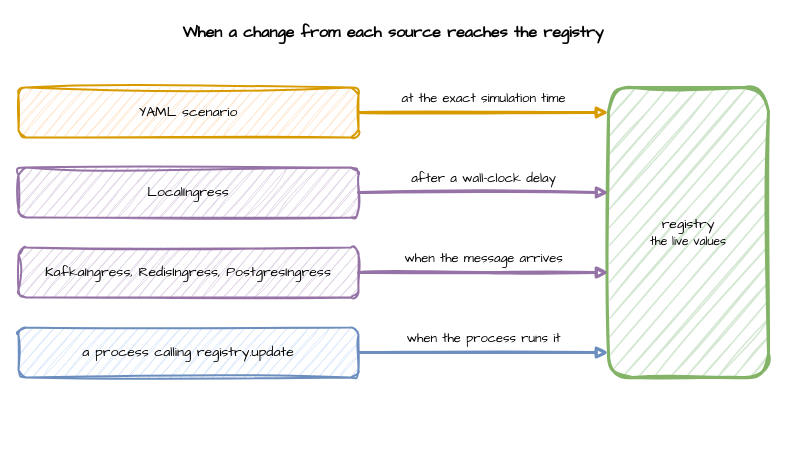
Above: docs/assets/diagrams/change-sources.drawio in jaehyeon-kim/desflow (draw.io), before the change. Source tidied: cells renumbered, new cells numbered last; positions are measured from the earlier drawing's top-left corner, leaving out a move shared by most shapes. Both pictures are drawn from the tidied source at 100%, with x=0, y=0 at pixel (18, 17).
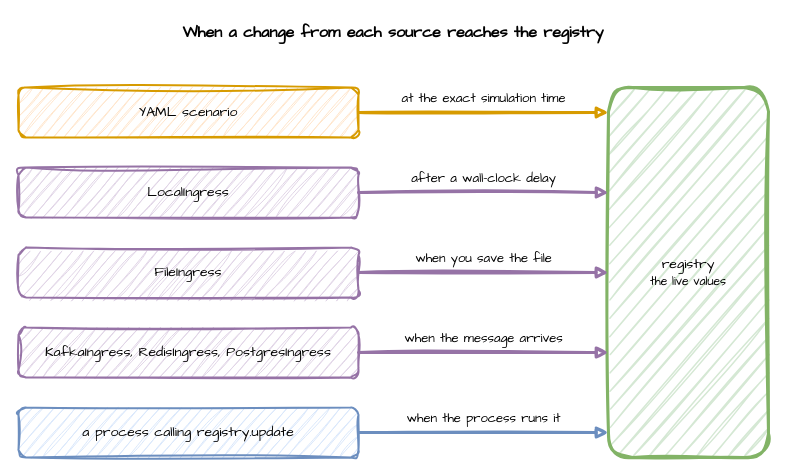
The same diagram, later.

What changed in the source:
```diff
@@
 <mxGraphModel>
   <root>
     <mxCell id="0" />
     <mxCell id="1" parent="0" />
     <mxCell id="2" value="When a change from each source reaches the registry" style="text;html=1;align=center;verticalAlign=middle;whiteSpace=wrap;fontFamily=Comic Sans MS;fontSize=16;fontStyle=1;" parent="1" vertex="1">
       <mxGeometry width="750" height="30" as="geometry" />
     </mxCell>
     <mxCell id="3" value="registry&lt;br&gt;&lt;font style='font-size:12px'&gt;the live values&lt;/font&gt;" style="rounded=1;whiteSpace=wrap;html=1;sketch=1;curveFitting=1;jiggle=2;fontFamily=Comic Sans MS;fontSize=14;fillColor=#d5e8d4;strokeColor=#82b366;strokeWidth=3;" parent="1" vertex="1">
-      <mxGeometry x="590" y="70" width="160" height="290" as="geometry" />
+      <mxGeometry x="590" y="70" width="160" height="370" as="geometry" />
     </mxCell>
     <mxCell id="4" value="YAML scenario" style="rounded=1;whiteSpace=wrap;html=1;sketch=1;curveFitting=1;jiggle=2;fontFamily=Comic Sans MS;fontSize=14;fillColor=#ffe6cc;strokeColor=#d79b00;strokeWidth=2;" parent="1" vertex="1">
       <mxGeometry y="70" width="340" height="50" as="geometry" />
     </mxCell>
-    <mxCell id="5" value="at the exact simulation time" style="edgeStyle=orthogonalEdgeStyle;rounded=0;sketch=1;html=1;strokeWidth=3;endArrow=block;fontFamily=Comic Sans MS;fontSize=13;labelBackgroundColor=#ffffff;strokeColor=#d79b00;exitX=1;exitY=0.5;exitDx=0;exitDy=0;entryX=0;entryY=0.0862;entryDx=0;entryDy=0;" parent="1" edge="1" source="4" target="3">
+    <mxCell id="5" value="at the exact simulation time" style="edgeStyle=orthogonalEdgeStyle;rounded=0;sketch=1;html=1;strokeWidth=3;endArrow=block;fontFamily=Comic Sans MS;fontSize=13;labelBackgroundColor=#ffffff;strokeColor=#d79b00;exitX=1;exitY=0.5;exitDx=0;exitDy=0;entryX=0;entryY=0.0676;entryDx=0;entryDy=0;" parent="1" edge="1" source="4" target="3">
       <mxGeometry relative="1" as="geometry">
         <mxPoint y="-14" as="offset" />
       </mxGeometry>
     </mxCell>
     <mxCell id="6" value="LocalIngress" style="rounded=1;whiteSpace=wrap;html=1;sketch=1;curveFitting=1;jiggle=2;fontFamily=Comic Sans MS;fontSize=14;fillColor=#e1d5e7;strokeColor=#9673a6;strokeWidth=2;" parent="1" vertex="1">
       <mxGeometry y="150" width="340" height="50" as="geometry" />
     </mxCell>
-    <mxCell id="7" value="after a wall-clock delay" style="edgeStyle=orthogonalEdgeStyle;rounded=0;sketch=1;html=1;strokeWidth=3;endArrow=block;fontFamily=Comic Sans MS;fontSize=13;labelBackgroundColor=#ffffff;strokeColor=#9673a6;exitX=1;exitY=0.5;exitDx=0;exitDy=0;entryX=0;entryY=0.3621;entryDx=0;entryDy=0;" parent="1" edge="1" source="6" target="3">
+    <mxCell id="7" value="after a wall-clock delay" style="edgeStyle=orthogonalEdgeStyle;rounded=0;sketch=1;html=1;strokeWidth=3;endArrow=block;fontFamily=Comic Sans MS;fontSize=13;labelBackgroundColor=#ffffff;strokeColor=#9673a6;exitX=1;exitY=0.5;exitDx=0;exitDy=0;entryX=0;entryY=0.2838;entryDx=0;entryDy=0;" parent="1" edge="1" source="6" target="3">
       <mxGeometry relative="1" as="geometry">
         <mxPoint y="-14" as="offset" />
       </mxGeometry>
     </mxCell>
+    <mxCell id="12" value="FileIngress" style="rounded=1;whiteSpace=wrap;html=1;sketch=1;curveFitting=1;jiggle=2;fontFamily=Comic Sans MS;fontSize=14;fillColor=#e1d5e7;strokeColor=#9673a6;strokeWidth=2;" parent="1" vertex="1">
+      <mxGeometry y="230" width="340" height="50" as="geometry" />
+    </mxCell>
+    <mxCell id="13" value="when you save the file" style="edgeStyle=orthogonalEdgeStyle;rounded=0;sketch=1;html=1;strokeWidth=3;endArrow=block;fontFamily=Comic Sans MS;fontSize=13;labelBackgroundColor=#ffffff;strokeColor=#9673a6;exitX=1;exitY=0.5;exitDx=0;exitDy=0;entryX=0;entryY=0.5;entryDx=0;entryDy=0;" parent="1" edge="1" source="12" target="3">
+      <mxGeometry relative="1" as="geometry">
+        <mxPoint y="-14" as="offset" />
+      </mxGeometry>
+    </mxCell>
     <mxCell id="8" value="KafkaIngress, RedisIngress, PostgresIngress" style="rounded=1;whiteSpace=wrap;html=1;sketch=1;curveFitting=1;jiggle=2;fontFamily=Comic Sans MS;fontSize=14;fillColor=#e1d5e7;strokeColor=#9673a6;strokeWidth=2;" parent="1" vertex="1">
-      <mxGeometry y="230" width="340" height="50" as="geometry" />
+      <mxGeometry y="310" width="340" height="50" as="geometry" />
     </mxCell>
-    <mxCell id="9" value="when the message arrives" style="edgeStyle=orthogonalEdgeStyle;rounded=0;sketch=1;html=1;strokeWidth=3;endArrow=block;fontFamily=Comic Sans MS;fontSize=13;labelBackgroundColor=#ffffff;strokeColor=#9673a6;exitX=1;exitY=0.5;exitDx=0;exitDy=0;entryX=0;entryY=0.6379;entryDx=0;entryDy=0;" parent="1" edge="1" source="8" target="3">
+    <mxCell id="9" value="when the message arrives" style="edgeStyle=orthogonalEdgeStyle;rounded=0;sketch=1;html=1;strokeWidth=3;endArrow=block;fontFamily=Comic Sans MS;fontSize=13;labelBackgroundColor=#ffffff;strokeColor=#9673a6;exitX=1;exitY=0.5;exitDx=0;exitDy=0;entryX=0;entryY=0.7162;entryDx=0;entryDy=0;" parent="1" edge="1" source="8" target="3">
       <mxGeometry relative="1" as="geometry">
         <mxPoint y="-14" as="offset" />
       </mxGeometry>
     </mxCell>
     <mxCell id="10" value="a process calling registry.update" style="rounded=1;whiteSpace=wrap;html=1;sketch=1;curveFitting=1;jiggle=2;fontFamily=Comic Sans MS;fontSize=14;fillColor=#dae8fc;strokeColor=#6c8ebf;strokeWidth=2;" parent="1" vertex="1">
-      <mxGeometry y="310" width="340" height="50" as="geometry" />
+      <mxGeometry y="390" width="340" height="50" as="geometry" />
     </mxCell>
-    <mxCell id="11" value="when the process runs it" style="edgeStyle=orthogonalEdgeStyle;rounded=0;sketch=1;html=1;strokeWidth=3;endArrow=block;fontFamily=Comic Sans MS;fontSize=13;labelBackgroundColor=#ffffff;strokeColor=#6c8ebf;exitX=1;exitY=0.5;exitDx=0;exitDy=0;entryX=0;entryY=0.9138;entryDx=0;entryDy=0;" parent="1" edge="1" source="10" target="3">
+    <mxCell id="11" value="when the process runs it" style="edgeStyle=orthogonalEdgeStyle;rounded=0;sketch=1;html=1;strokeWidth=3;endArrow=block;fontFamily=Comic Sans MS;fontSize=13;labelBackgroundColor=#ffffff;strokeColor=#6c8ebf;exitX=1;exitY=0.5;exitDx=0;exitDy=0;entryX=0;entryY=0.9324;entryDx=0;entryDy=0;" parent="1" edge="1" source="10" target="3">
       <mxGeometry relative="1" as="geometry">
         <mxPoint y="-14" as="offset" />
       </mxGeometry>
     </mxCell>
   </root>
 </mxGraphModel>
```
